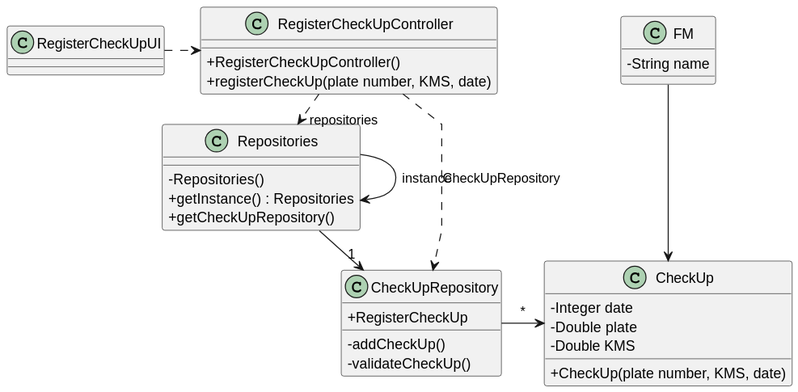
Earlier version of the PlantUML export docs/sprintA&B/us007/03.design/svg/us007-class-diagram.svg (daniel41silva05/ISEP_2023_2024_LAPR2).
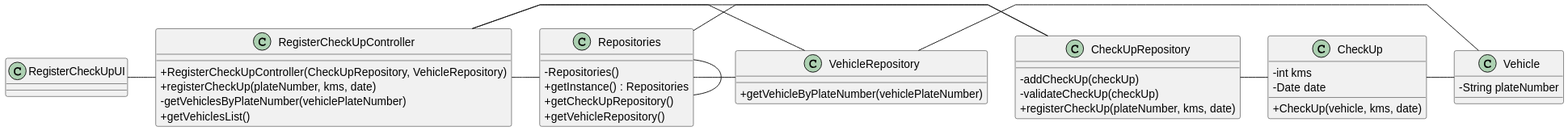
After the change.

Commit message:
ED-21 Correction of CheckUp Classes

The edit, as a diff of the source:
```diff
@@ -4,52 +4,56 @@
 skinparam linetype polyline
 
 skinparam classAttributeIconSize 0
-
 class CheckUpRepository{
-   -addCheckUp()
-   -validateCheckUp()
-
-   + RegisterCheckUp
+    -addCheckUp(checkUp)
+    -validateCheckUp(checkUp)
+    +registerCheckUp(plateNumber, kms, date)
 }
 
-class FM {
-    -String name
+class VehicleRepository {
+    +getVehicleByPlateNumber(vehiclePlateNumber)
 }
 
 class CheckUp {
-    - Integer date
-    - Double plate
-    - Double KMS
-
-    + CheckUp(plate number, KMS, date)
+    - int kms
+    - Date date
+    + CheckUp(vehicle, kms, date)
 }
 
+class Vehicle {
+    - String plateNumber
+
+}
 
 class Repositories {
     - Repositories()
     + getInstance() : Repositories
     + getCheckUpRepository()
+    + getVehicleRepository()
 }
 
 class RegisterCheckUpController {
-    + RegisterCheckUpController()
-    + registerCheckUp(plate number, KMS, date)
+    +RegisterCheckUpController(CheckUpRepository, VehicleRepository)
+    +registerCheckUp(plateNumber, kms, date)
+    -getVehiclesByPlateNumber(vehiclePlateNumber)
+    +getVehiclesList()
+
 }
 
-class RegisterCheckUpUI {
+class RegisterCheckUpUI{
 }
 
+RegisterCheckUpUI - RegisterCheckUpController
 
-RegisterCheckUpUI .> RegisterCheckUpController
+RegisterCheckUpController - Repositories
+RegisterCheckUpController - CheckUpRepository
+RegisterCheckUpController - VehicleRepository
 
-RegisterCheckUpController .> Repositories : repositories
+Repositories - CheckUpRepository
+Repositories - VehicleRepository
+Repositories - Repositories
 
-Repositories -> "1" CheckUpRepository
-
-CheckUpRepository -> CheckUp: *
-RegisterCheckUpController ..> CheckUpRepository : CheckUpRepository
-
-FM --> CheckUp
-
-Repositories -> Repositories : instance
+CheckUpRepository - CheckUp
+VehicleRepository - Vehicle
+CheckUp - Vehicle
 @enduml
```
